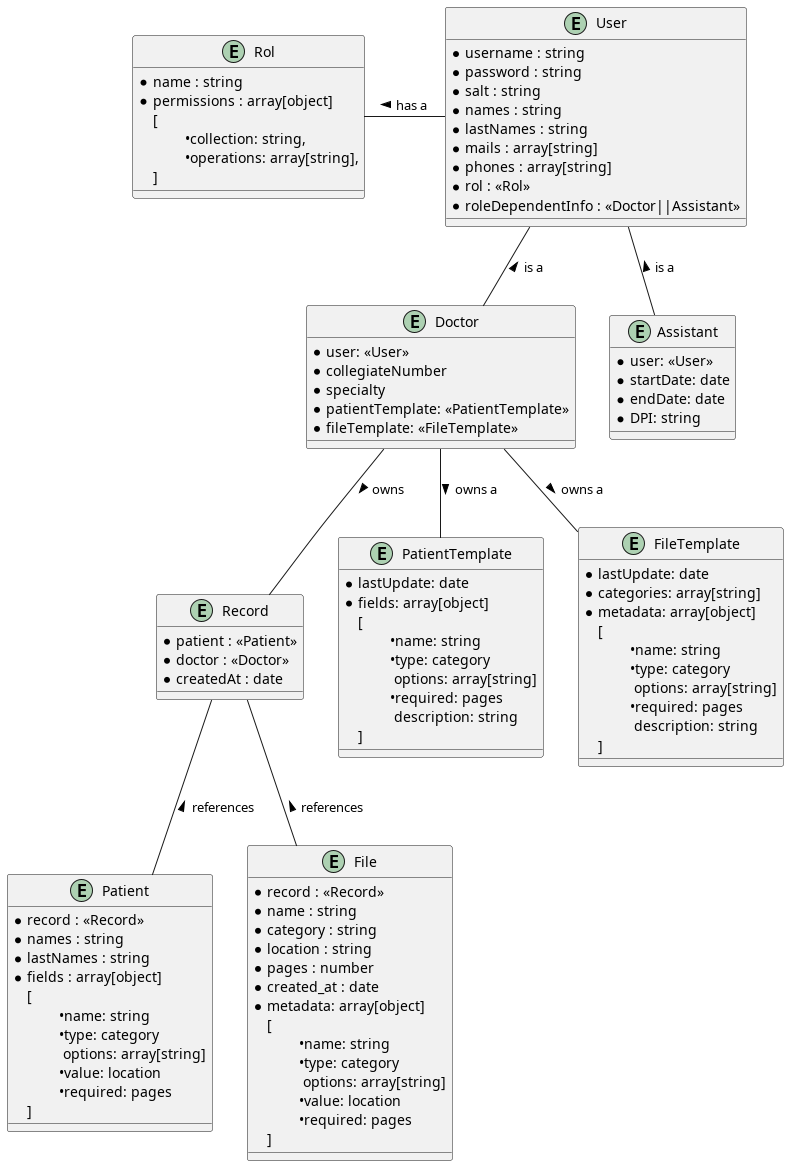
The PlantUML diagram Diagram/DB_Diagram.png in TherapistTrack/TherapistTrack-DB, before a commit. The source it was exported from:
```plantuml
@startuml entity

entity Rol {
    * name : string
    * permissions : array[object]
    [
        \t•collection: string,
        \t•operations: array[string],
    ]
}

entity User {
    * username : string
    * password : string
    * salt : string
    * names : string
    * lastNames : string
    * mails : array[string]
    * phones : array[string]
    * rol : <<Rol>>
    * roleDependentInfo : <<Doctor||Assistant>>
}

entity Doctor {
    * user: <<User>>
    * collegiateNumber
    * specialty
    * patientTemplate: <<PatientTemplate>>
    * fileTemplate: <<FileTemplate>>
}

entity Assistant {
    * user: <<User>>
    * startDate: date
    * endDate: date
    * DPI: string
}

entity Record {
    * patient : <<Patient>>
    * doctor : <<Doctor>>
    * createdAt : date
}

entity PatientTemplate {
    * lastUpdate: date
    * fields: array[object]
    [
        \t•name: string
        \t•type: category
        \t options: array[string]
        \t•required: pages
        \t description: string
    ]
}

entity Patient {
    * record : <<Record>>
    * names : string
    * lastNames : string
    * fields : array[object]
    [
        \t•name: string
        \t•type: category
        \t options: array[string]
        \t•value: location
        \t•required: pages
    ]

}

entity FileTemplate {
    * lastUpdate: date
    * categories: array[string]
    * metadata: array[object]
    [
        \t•name: string
        \t•type: category
        \t options: array[string]
        \t•required: pages
        \t description: string
    ]
}

entity File {
    * record : <<Record>>
    * name : string
    * category : string
    * location : string
    * pages : number
    * created_at : date
    * metadata: array[object]
    [
        \t•name: string
        \t•type: category
        \t options: array[string]
        \t•value: location
        \t•required: pages
    ]
}

User -l- Rol : > has a
User -d- Doctor : < is a
User -d- Assistant : < is a

Record -u- Doctor : < owns
Record -- File  : < references
Record -- Patient : < references

Doctor -- FileTemplate : > owns a
Doctor -- PatientTemplate : > owns a

@enduml
```
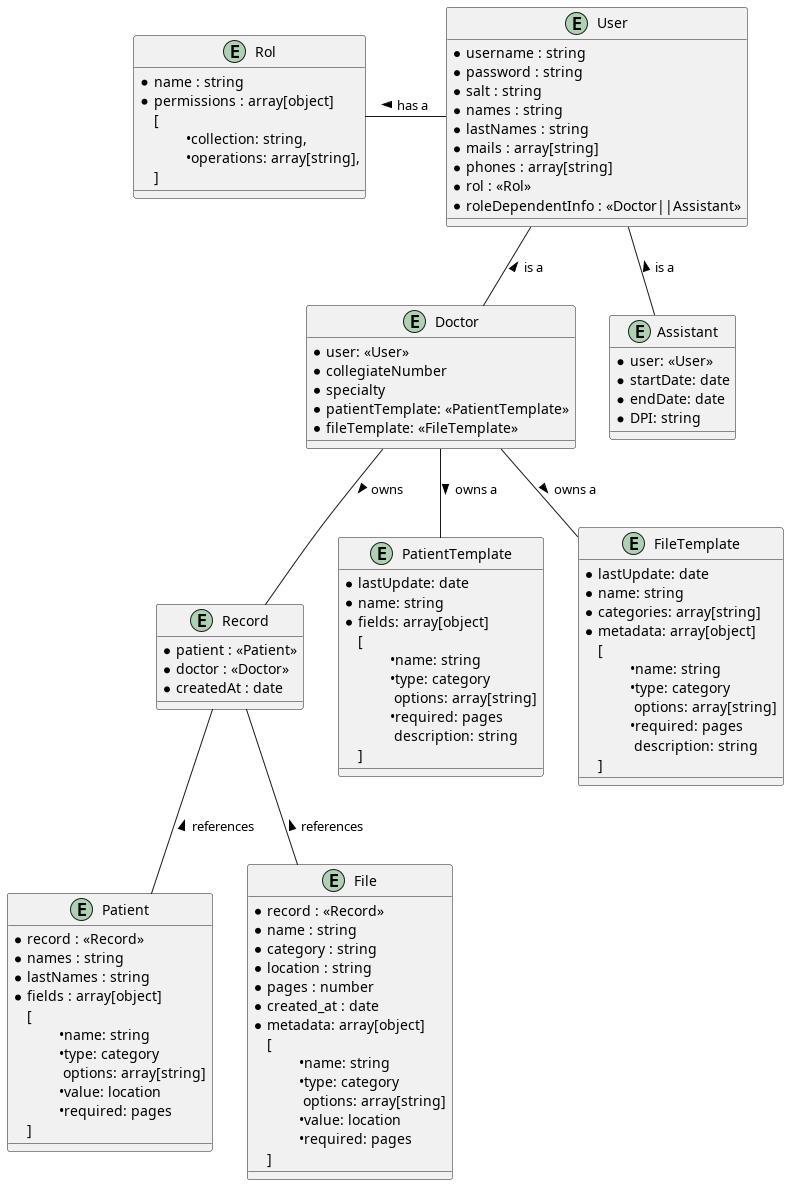
Above is the later version.

Commit message:
feat: add 'name' field to PatientTemplate and FileTemplate to support more than one template per doctor

Change to the diagram source:
```diff
@@ -44,6 +44,7 @@
 
 entity PatientTemplate {
     * lastUpdate: date
+    * name: string
     * fields: array[object]
     [
         \t•name: string
@@ -71,6 +72,7 @@
 
 entity FileTemplate {
     * lastUpdate: date
+    * name: string
     * categories: array[string]
     * metadata: array[object]
     [
```
